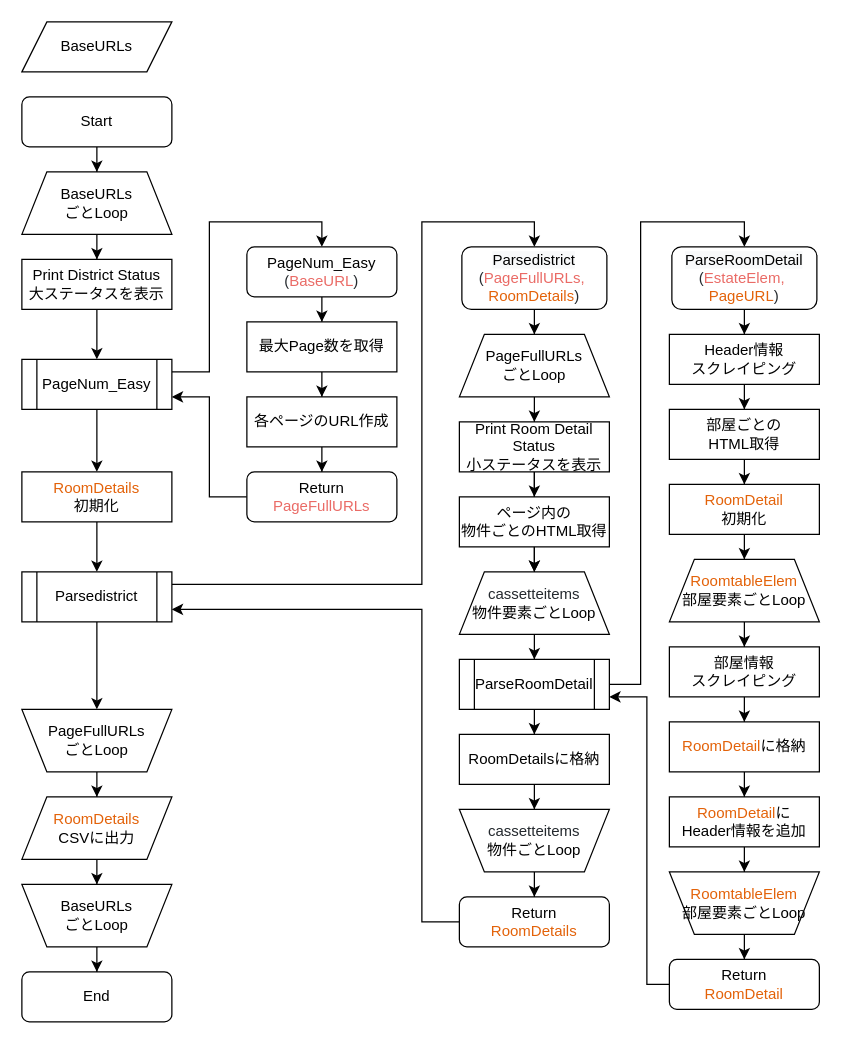
The draw.io diagram Untitled Diagram.drawio in shoheimiyazaki/SUMMO_Scraping, before the edit. Source tidied: cells renumbered, new cells numbered last; positions are measured from the earlier drawing's top-left corner, leaving out a move shared by most shapes. Both pictures are drawn from the tidied source at 125%, with x=0, y=0 at pixel (21, 21).
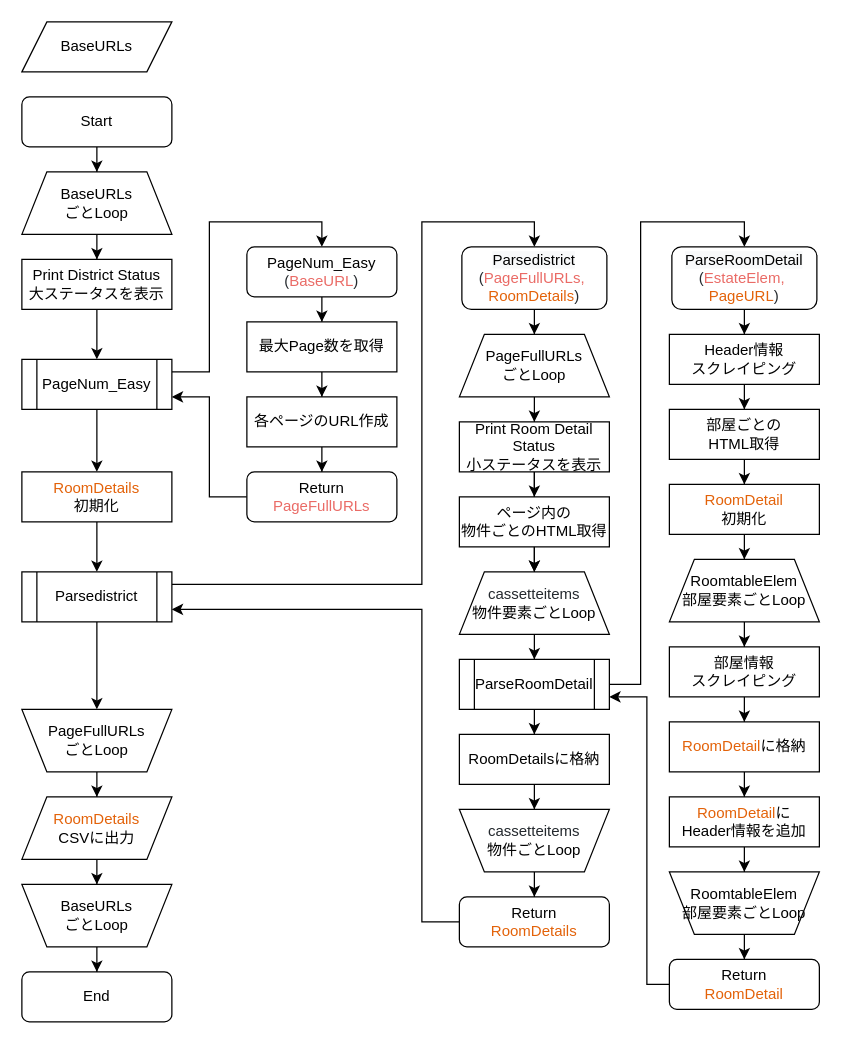
The same page after the edit.

The edit, as a diff of the source:
```diff
@@
-    <mxCell id="64" value="&lt;span style=&quot;color: rgb(227 , 98 , 9) ; font-family: , , &amp;#34;sf mono&amp;#34; , &amp;#34;consolas&amp;#34; , &amp;#34;liberation mono&amp;#34; , &amp;#34;menlo&amp;#34; , monospace ; background-color: rgb(255 , 255 , 255)&quot;&gt;RoomtableElem&lt;/span&gt;&lt;span style=&quot;color: rgb(36 , 41 , 46) ; font-family: , , &amp;#34;sf mono&amp;#34; , &amp;#34;consolas&amp;#34; , &amp;#34;liberation mono&amp;#34; , &amp;#34;menlo&amp;#34; , monospace ; background-color: rgb(255 , 255 , 255)&quot;&gt;&lt;br&gt;&lt;/span&gt;部屋要素ごとLoop" style="shape=trapezoid;perimeter=trapezoidPerimeter;whiteSpace=wrap;html=1;fixedSize=1;" parent="1" vertex="1">
+    <mxCell id="64" value="&lt;span style=&quot;background-color: rgb(255 , 255 , 255)&quot;&gt;RoomtableElem&lt;/span&gt;&lt;span style=&quot;color: rgb(36 , 41 , 46) ; font-family: , , &amp;#34;sf mono&amp;#34; , &amp;#34;consolas&amp;#34; , &amp;#34;liberation mono&amp;#34; , &amp;#34;menlo&amp;#34; , monospace ; background-color: rgb(255 , 255 , 255)&quot;&gt;&lt;br&gt;&lt;/span&gt;部屋要素ごとLoop" style="shape=trapezoid;perimeter=trapezoidPerimeter;whiteSpace=wrap;html=1;fixedSize=1;" parent="1" vertex="1">
       <mxGeometry x="518" y="430" width="120" height="50" as="geometry" />
     </mxCell>
@@
-    <mxCell id="66" value="&lt;span style=&quot;color: rgb(227 , 98 , 9) ; font-family: , , &amp;#34;sf mono&amp;#34; , &amp;#34;consolas&amp;#34; , &amp;#34;liberation mono&amp;#34; , &amp;#34;menlo&amp;#34; , monospace ; background-color: rgb(255 , 255 , 255)&quot;&gt;RoomtableElem&lt;/span&gt;&lt;span style=&quot;color: rgb(36 , 41 , 46) ; font-family: , , &amp;#34;sf mono&amp;#34; , &amp;#34;consolas&amp;#34; , &amp;#34;liberation mono&amp;#34; , &amp;#34;menlo&amp;#34; , monospace ; background-color: rgb(255 , 255 , 255)&quot;&gt;&lt;br&gt;&lt;/span&gt;部屋要素ごとLoop" style="shape=trapezoid;perimeter=trapezoidPerimeter;whiteSpace=wrap;html=1;fixedSize=1;direction=west;" parent="1" vertex="1">
+    <mxCell id="66" value="&lt;span style=&quot;background-color: rgb(255 , 255 , 255)&quot;&gt;RoomtableElem&lt;/span&gt;&lt;span style=&quot;color: rgb(36 , 41 , 46) ; font-family: , , &amp;#34;sf mono&amp;#34; , &amp;#34;consolas&amp;#34; , &amp;#34;liberation mono&amp;#34; , &amp;#34;menlo&amp;#34; , monospace ; background-color: rgb(255 , 255 , 255)&quot;&gt;&lt;br&gt;&lt;/span&gt;部屋要素ごとLoop" style="shape=trapezoid;perimeter=trapezoidPerimeter;whiteSpace=wrap;html=1;fixedSize=1;direction=west;" parent="1" vertex="1">
       <mxGeometry x="518" y="680" width="120" height="50" as="geometry" />
     </mxCell>
```
